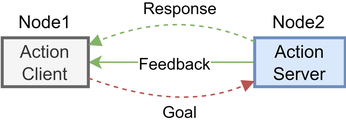
Earlier version of the draw.io export img/ros-action.png (AbdouMostafa/Thesis). Source tidied: cells renumbered, new cells last; positions are measured from the earlier drawing's top-left corner, leaving out a move shared by most shapes.
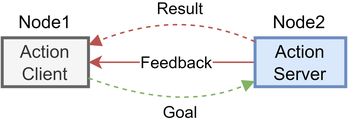
The same file after the commit.

What changed in the source:
```diff
@@ -2,26 +2,26 @@
   <root>
     <mxCell id="0" />
     <mxCell id="1" parent="0" />
-    <mxCell id="2" style="edgeStyle=orthogonalEdgeStyle;rounded=0;jettySize=auto;html=1;startArrow=classic;startFill=1;endArrow=none;endFill=0;fillColor=#d5e8d4;strokeColor=#82b366;" parent="1" edge="1" source="4" target="5">
-      <mxGeometry relative="1" as="geometry" />
+    <mxCell id="2" value="Action&#10;Client" style="whiteSpace=wrap;strokeWidth=2;fillColor=#f5f5f5;strokeColor=#666666;fontColor=#333333;" parent="1" vertex="1">
+      <mxGeometry y="20" width="58" height="33" as="geometry" />
     </mxCell>
-    <mxCell id="3" value="Feedback" style="edgeLabel;html=1;align=center;verticalAlign=middle;" parent="2" vertex="1">
-      <mxGeometry x="0.04" y="-1" relative="1" as="geometry" />
+    <mxCell id="3" style="edgeStyle=orthogonalEdgeStyle;rounded=0;jettySize=auto;html=1;fillColor=#f8cecc;strokeColor=#b85450;" parent="1" edge="1" source="5" target="2">
+      <mxGeometry relative="1" as="geometry" />
     </mxCell>
-    <mxCell id="4" value="Action&#10;Client" style="whiteSpace=wrap;strokeWidth=2;fillColor=#f5f5f5;strokeColor=#666666;fontColor=#333333;" parent="1" vertex="1">
-      <mxGeometry y="20" width="58" height="33" as="geometry" />
+    <mxCell id="4" value="Feedback" style="edgeLabel;html=1;align=center;verticalAlign=middle;points=[];" parent="3" vertex="1">
+      <mxGeometry x="-0.04" relative="1" as="geometry" />
     </mxCell>
     <mxCell id="5" value="Action&#10;Server" style="whiteSpace=wrap;strokeWidth=2;fillColor=#dae8fc;strokeColor=#6c8ebf;" parent="1" vertex="1">
       <mxGeometry x="170" y="20" width="61" height="33" as="geometry" />
     </mxCell>
-    <mxCell id="6" value="Goal" style="curved=1;startArrow=none;endArrow=block;dashed=1;fillColor=#f8cecc;strokeColor=#b85450;" parent="1" edge="1" source="4" target="5">
+    <mxCell id="6" value="Goal" style="curved=1;startArrow=none;endArrow=block;fillColor=#d5e8d4;strokeColor=#82b366;dashed=1;" parent="1" edge="1" source="2" target="5">
       <mxGeometry x="0.1" relative="1" as="geometry">
         <Array as="points">
           <mxPoint x="120" y="70" />
         </Array>
       </mxGeometry>
     </mxCell>
-    <mxCell id="7" value="Response" style="curved=1;startArrow=none;endArrow=block;dashed=1;fillColor=#d5e8d4;strokeColor=#82b366;" parent="1" edge="1" target="4">
+    <mxCell id="7" value="Result" style="curved=1;startArrow=none;endArrow=block;fillColor=#f8cecc;strokeColor=#b85450;dashed=1;" parent="1" edge="1" target="2">
       <mxGeometry x="-0.1" relative="1" as="geometry">
         <mxPoint x="170" y="22.7" as="sourcePoint" />
         <Array as="points">
```
